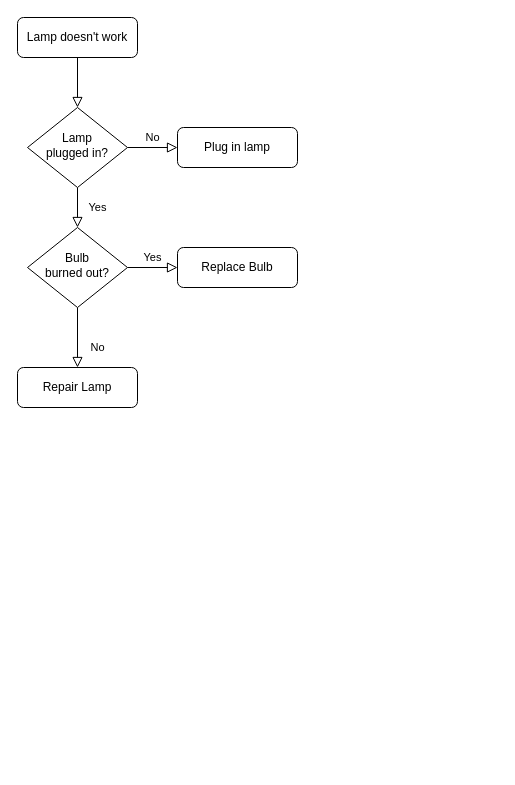
This is Untitled Diagram.drawio from J0o1h/draw.io, a draw.io file, before an edit. Source tidied: cells renumbered, new cells numbered last; positions are measured from the earlier drawing's top-left corner, leaving out a move shared by most shapes. Both pictures are drawn from the tidied source at 100%, with x=0, y=0 at pixel (17, 17).
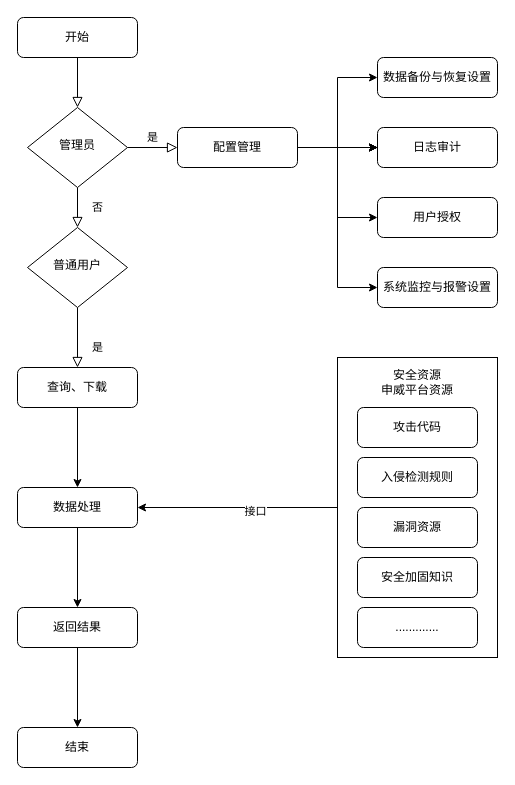
Above is the later version.

Commit message:
安全资源仓库-业务流程.drawio

The edit, as a diff of the source:
```diff
@@
-    <mxCell id="3" value="Lamp doesn't work" style="rounded=1;whiteSpace=wrap;html=1;fontSize=12;glass=0;strokeWidth=1;shadow=0;" parent="1" vertex="1">
+    <mxCell id="3" value="开始" style="rounded=1;whiteSpace=wrap;html=1;fontSize=12;glass=0;strokeWidth=1;shadow=0;" parent="1" vertex="1">
       <mxGeometry width="120" height="40" as="geometry" />
     </mxCell>
-    <mxCell id="4" value="Yes" style="rounded=0;html=1;jettySize=auto;fontSize=11;endArrow=block;endFill=0;endSize=8;strokeWidth=1;shadow=0;labelBackgroundColor=none;edgeStyle=orthogonalEdgeStyle;" parent="1" edge="1" source="6" target="10">
+    <mxCell id="4" value="否" style="rounded=0;html=1;jettySize=auto;fontSize=11;endArrow=block;endFill=0;endSize=8;strokeWidth=1;shadow=0;labelBackgroundColor=none;edgeStyle=orthogonalEdgeStyle;" parent="1" edge="1" source="6" target="10">
       <mxGeometry y="20" relative="1" as="geometry" />
     </mxCell>
-    <mxCell id="5" value="No" style="edgeStyle=orthogonalEdgeStyle;rounded=0;html=1;jettySize=auto;fontSize=11;endArrow=block;endFill=0;endSize=8;strokeWidth=1;shadow=0;labelBackgroundColor=none;" parent="1" edge="1" source="6" target="7">
+    <mxCell id="5" value="是" style="edgeStyle=orthogonalEdgeStyle;rounded=0;html=1;jettySize=auto;fontSize=11;endArrow=block;endFill=0;endSize=8;strokeWidth=1;shadow=0;labelBackgroundColor=none;" parent="1" edge="1" source="6" target="7">
       <mxGeometry y="10" relative="1" as="geometry" />
     </mxCell>
-    <mxCell id="6" value="Lamp&lt;br&gt;plugged in?" style="rhombus;whiteSpace=wrap;html=1;shadow=0;fontFamily=Helvetica;fontSize=12;align=center;strokeWidth=1;spacing=6;spacingTop=-4;" parent="1" vertex="1">
+    <mxCell id="6" value="管理员" style="rhombus;whiteSpace=wrap;html=1;shadow=0;fontFamily=Helvetica;fontSize=12;align=center;strokeWidth=1;spacing=6;spacingTop=-4;" parent="1" vertex="1">
       <mxGeometry x="10" y="90" width="100" height="80" as="geometry" />
     </mxCell>
+    <mxCell id="13" style="edgeStyle=orthogonalEdgeStyle;rounded=0;jettySize=auto;html=1;" parent="1" edge="1" source="7" target="22">
+      <mxGeometry relative="1" as="geometry" />
+    </mxCell>
+    <mxCell id="14" style="edgeStyle=orthogonalEdgeStyle;rounded=0;jettySize=auto;html=1;" parent="1" edge="1" source="7" target="22">
+      <mxGeometry relative="1" as="geometry" />
+    </mxCell>
+    <mxCell id="15" style="edgeStyle=orthogonalEdgeStyle;rounded=0;jettySize=auto;html=1;" parent="1" edge="1" source="7" target="22">
+      <mxGeometry relative="1" as="geometry" />
+    </mxCell>
+    <mxCell id="16" style="edgeStyle=orthogonalEdgeStyle;rounded=0;jettySize=auto;html=1;" parent="1" edge="1" source="7" target="22">
+      <mxGeometry relative="1" as="geometry" />
+    </mxCell>
+    <mxCell id="17" style="edgeStyle=orthogonalEdgeStyle;rounded=0;jettySize=auto;html=1;" parent="1" edge="1" source="7" target="22">
+      <mxGeometry relative="1" as="geometry" />
+    </mxCell>
+    <mxCell id="18" style="edgeStyle=orthogonalEdgeStyle;rounded=0;jettySize=auto;html=1;entryX=0;entryY=0.5;entryDx=0;entryDy=0;" parent="1" edge="1" source="7" target="28">
+      <mxGeometry relative="1" as="geometry" />
+    </mxCell>
+    <mxCell id="19" style="edgeStyle=orthogonalEdgeStyle;rounded=0;jettySize=auto;html=1;entryX=0;entryY=0.5;entryDx=0;entryDy=0;" parent="1" edge="1" source="7" target="29">
+      <mxGeometry relative="1" as="geometry" />
+    </mxCell>
+    <mxCell id="20" style="edgeStyle=orthogonalEdgeStyle;rounded=0;jettySize=auto;html=1;entryX=0;entryY=0.5;entryDx=0;entryDy=0;" parent="1" edge="1" source="7" target="30">
+      <mxGeometry relative="1" as="geometry" />
+    </mxCell>
-    <mxCell id="7" value="Plug in lamp" style="rounded=1;whiteSpace=wrap;html=1;fontSize=12;glass=0;strokeWidth=1;shadow=0;" parent="1" vertex="1">
+    <mxCell id="7" value="配置管理" style="rounded=1;whiteSpace=wrap;html=1;fontSize=12;glass=0;strokeWidth=1;shadow=0;" parent="1" vertex="1">
       <mxGeometry x="160" y="110" width="120" height="40" as="geometry" />
     </mxCell>
-    <mxCell id="8" value="No" style="rounded=0;html=1;jettySize=auto;fontSize=11;endArrow=block;endFill=0;endSize=8;strokeWidth=1;shadow=0;labelBackgroundColor=none;edgeStyle=orthogonalEdgeStyle;" parent="1" edge="1" source="10" target="11">
+    <mxCell id="8" value="是" style="rounded=0;html=1;jettySize=auto;fontSize=11;endArrow=block;endFill=0;endSize=8;strokeWidth=1;shadow=0;labelBackgroundColor=none;edgeStyle=orthogonalEdgeStyle;" parent="1" edge="1" source="10" target="11">
       <mxGeometry x="0.33" y="20" relative="1" as="geometry" />
     </mxCell>
-    <mxCell id="9" value="Yes" style="edgeStyle=orthogonalEdgeStyle;rounded=0;html=1;jettySize=auto;fontSize=11;endArrow=block;endFill=0;endSize=8;strokeWidth=1;shadow=0;labelBackgroundColor=none;" parent="1" edge="1" source="10" target="12">
-      <mxGeometry y="10" relative="1" as="geometry" />
-    </mxCell>
-    <mxCell id="10" value="Bulb&lt;br&gt;burned out?" style="rhombus;whiteSpace=wrap;html=1;shadow=0;fontFamily=Helvetica;fontSize=12;align=center;strokeWidth=1;spacing=6;spacingTop=-4;" parent="1" vertex="1">
+    <mxCell id="10" value="普通用户" style="rhombus;whiteSpace=wrap;html=1;shadow=0;fontFamily=Helvetica;fontSize=12;align=center;strokeWidth=1;spacing=6;spacingTop=-4;" parent="1" vertex="1">
       <mxGeometry x="10" y="210" width="100" height="80" as="geometry" />
     </mxCell>
+    <mxCell id="21" style="edgeStyle=orthogonalEdgeStyle;rounded=0;jettySize=auto;html=1;" parent="1" edge="1" source="11" target="24">
+      <mxGeometry relative="1" as="geometry" />
+    </mxCell>
-    <mxCell id="11" value="Repair Lamp" style="rounded=1;whiteSpace=wrap;html=1;fontSize=12;glass=0;strokeWidth=1;shadow=0;" parent="1" vertex="1">
+    <mxCell id="11" value="查询、下载" style="rounded=1;whiteSpace=wrap;html=1;fontSize=12;glass=0;strokeWidth=1;shadow=0;" parent="1" vertex="1">
       <mxGeometry y="350" width="120" height="40" as="geometry" />
     </mxCell>
-    <mxCell id="12" value="Replace Bulb" style="rounded=1;whiteSpace=wrap;html=1;fontSize=12;glass=0;strokeWidth=1;shadow=0;" parent="1" vertex="1">
-      <mxGeometry x="160" y="230" width="120" height="40" as="geometry" />
-    </mxCell>
+    <mxCell id="22" value="日志审计" style="rounded=1;whiteSpace=wrap;html=1;fontSize=12;glass=0;strokeWidth=1;shadow=0;" parent="1" vertex="1">
+      <mxGeometry x="360" y="110" width="120" height="40" as="geometry" />
+    </mxCell>
+    <mxCell id="23" style="edgeStyle=orthogonalEdgeStyle;rounded=0;jettySize=auto;html=1;" parent="1" edge="1" source="24" target="26">
+      <mxGeometry relative="1" as="geometry" />
+    </mxCell>
+    <mxCell id="24" value="数据处理" style="rounded=1;whiteSpace=wrap;html=1;fontSize=12;glass=0;strokeWidth=1;shadow=0;" parent="1" vertex="1">
+      <mxGeometry y="470" width="120" height="40" as="geometry" />
+    </mxCell>
+    <mxCell id="25" style="edgeStyle=orthogonalEdgeStyle;rounded=0;jettySize=auto;html=1;" parent="1" edge="1" source="26" target="27">
+      <mxGeometry relative="1" as="geometry" />
+    </mxCell>
+    <mxCell id="26" value="返回结果" style="rounded=1;whiteSpace=wrap;html=1;fontSize=12;glass=0;strokeWidth=1;shadow=0;" parent="1" vertex="1">
+      <mxGeometry y="590" width="120" height="40" as="geometry" />
+    </mxCell>
+    <mxCell id="27" value="结束" style="rounded=1;whiteSpace=wrap;html=1;fontSize=12;glass=0;strokeWidth=1;shadow=0;" parent="1" vertex="1">
+      <mxGeometry y="710" width="120" height="40" as="geometry" />
+    </mxCell>
+    <mxCell id="28" value="用户授权" style="rounded=1;whiteSpace=wrap;html=1;fontSize=12;glass=0;strokeWidth=1;shadow=0;" parent="1" vertex="1">
+      <mxGeometry x="360" y="180" width="120" height="40" as="geometry" />
+    </mxCell>
+    <mxCell id="29" value="数据备份与恢复设置" style="rounded=1;whiteSpace=wrap;html=1;fontSize=12;glass=0;strokeWidth=1;shadow=0;" parent="1" vertex="1">
+      <mxGeometry x="360" y="40" width="120" height="40" as="geometry" />
+    </mxCell>
+    <mxCell id="30" value="系统监控与报警设置" style="rounded=1;whiteSpace=wrap;html=1;fontSize=12;glass=0;strokeWidth=1;shadow=0;" parent="1" vertex="1">
+      <mxGeometry x="360" y="250" width="120" height="40" as="geometry" />
+    </mxCell>
+    <mxCell id="31" style="edgeStyle=orthogonalEdgeStyle;rounded=0;jettySize=auto;html=1;entryX=1;entryY=0.5;entryDx=0;entryDy=0;" parent="1" edge="1" source="33" target="24">
+      <mxGeometry relative="1" as="geometry" />
+    </mxCell>
+    <mxCell id="32" value="接口" style="edgeLabel;html=1;align=center;verticalAlign=middle;" parent="31" vertex="1">
+      <mxGeometry x="-0.16" y="2" relative="1" as="geometry">
+        <mxPoint x="1" y="1" as="offset" />
+      </mxGeometry>
+    </mxCell>
+    <mxCell id="33" style="whiteSpace=wrap;html=1;" parent="1" vertex="1">
+      <mxGeometry x="320" y="340" width="160" height="300" as="geometry" />
+    </mxCell>
+    <mxCell id="34" value="攻击代码" style="rounded=1;whiteSpace=wrap;html=1;fontSize=12;glass=0;strokeWidth=1;shadow=0;" parent="1" vertex="1">
+      <mxGeometry x="340" y="390" width="120" height="40" as="geometry" />
+    </mxCell>
+    <mxCell id="35" value="入侵检测规则" style="rounded=1;whiteSpace=wrap;html=1;fontSize=12;glass=0;strokeWidth=1;shadow=0;" parent="1" vertex="1">
+      <mxGeometry x="340" y="440" width="120" height="40" as="geometry" />
+    </mxCell>
+    <mxCell id="36" value="漏洞资源" style="rounded=1;whiteSpace=wrap;html=1;fontSize=12;glass=0;strokeWidth=1;shadow=0;" parent="1" vertex="1">
+      <mxGeometry x="340" y="490" width="120" height="40" as="geometry" />
+    </mxCell>
+    <mxCell id="37" value="安全加固知识" style="rounded=1;whiteSpace=wrap;html=1;fontSize=12;glass=0;strokeWidth=1;shadow=0;" parent="1" vertex="1">
+      <mxGeometry x="340" y="540" width="120" height="40" as="geometry" />
+    </mxCell>
+    <mxCell id="38" value="............." style="rounded=1;whiteSpace=wrap;html=1;fontSize=12;glass=0;strokeWidth=1;shadow=0;" parent="1" vertex="1">
+      <mxGeometry x="340" y="590" width="120" height="40" as="geometry" />
+    </mxCell>
+    <mxCell id="39" value="&lt;div&gt;安全资源&lt;/div&gt;&lt;div&gt;申威平台资源&lt;/div&gt;" style="text;strokeColor=none;align=center;fillColor=none;html=1;verticalAlign=middle;whiteSpace=wrap;rounded=0;" parent="1" vertex="1">
+      <mxGeometry x="360" y="350" width="80" height="30" as="geometry" />
+    </mxCell>
```
